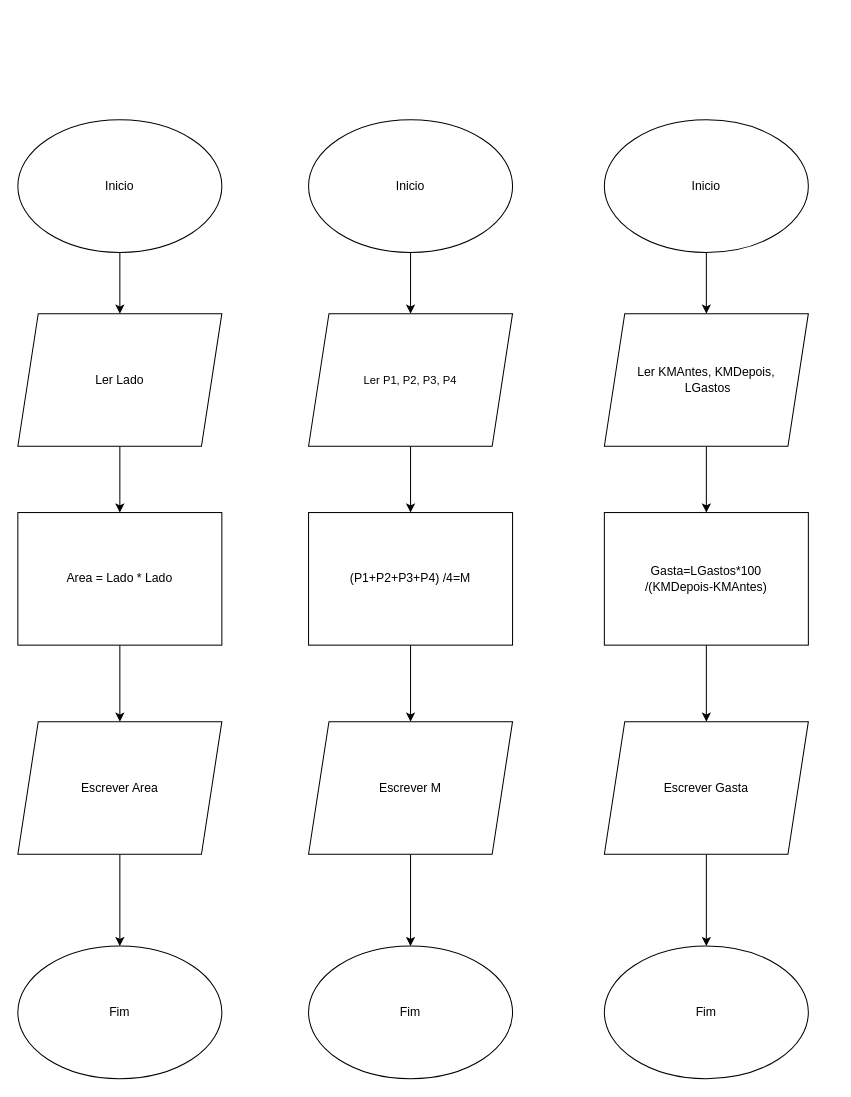
Above: fluxogramas.drawio in pedrooomrqs/fluxograms (draw.io), before the change. Source tidied: cells renumbered, new cells numbered last; positions are measured from the earlier drawing's top-left corner, leaving out a move shared by most shapes. Both pictures are drawn from the tidied source at 102%, with x=0, y=0 at pixel (17, 119).
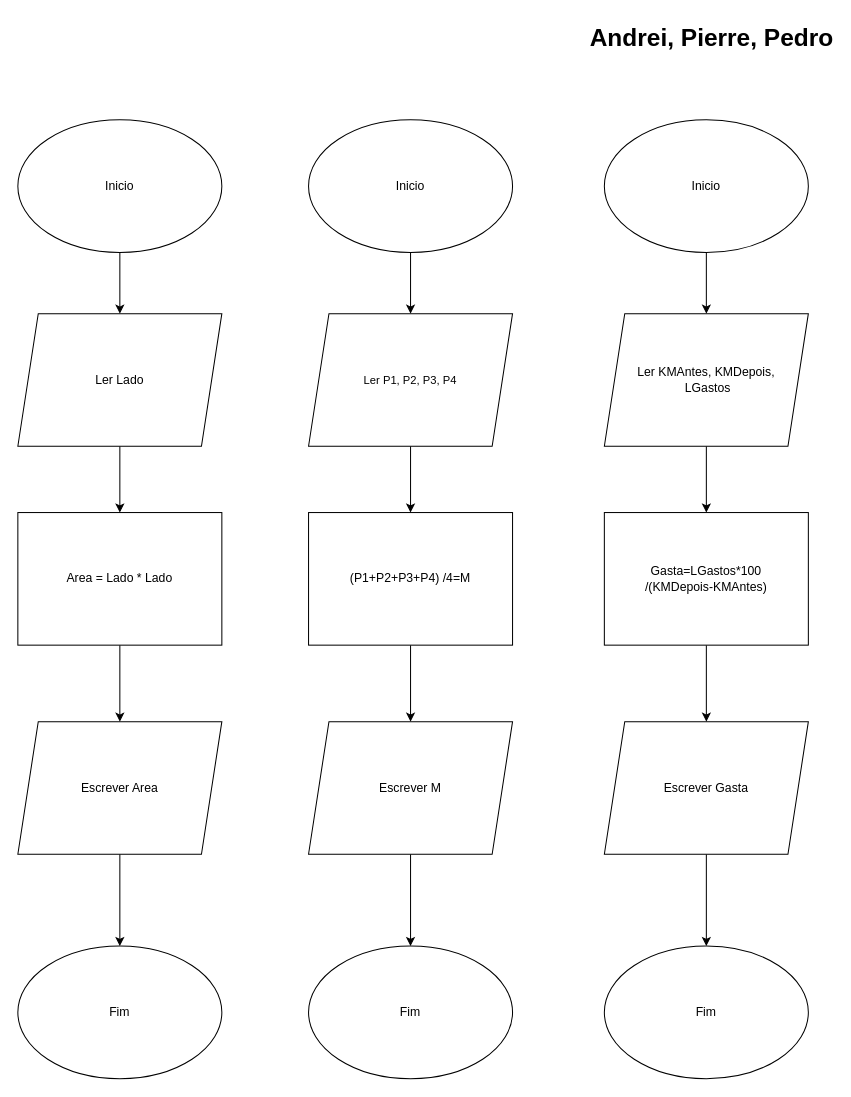
After the change.

The edit, as a diff of the source:
```diff
@@
+    <mxCell id="29" value="Andrei, Pierre, Pedro" style="text;strokeColor=none;fillColor=none;html=1;fontSize=24;fontStyle=1;verticalAlign=middle;align=center;" parent="1" vertex="1">
+      <mxGeometry x="630" y="-100" width="100" height="40" as="geometry" />
+    </mxCell>
```
